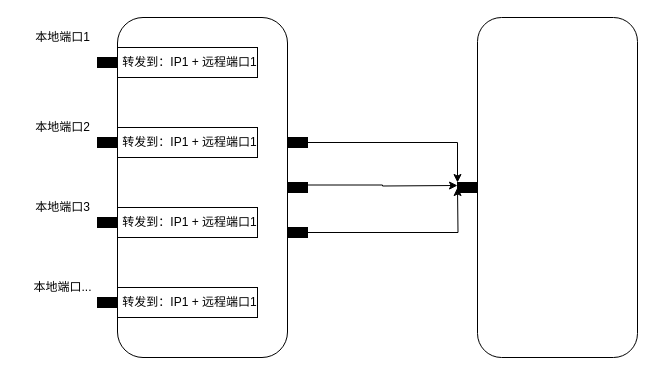
haycheng/draw.io keeps this draw.io diagram as TcpBrg.drawio. Above is the earlier version. Source tidied: cells renumbered, new cells numbered last; positions are measured from the earlier drawing's top-left corner, leaving out a move shared by most shapes. Both pictures are drawn from the tidied source at 100%, with x=0, y=0 at pixel (27, 17).
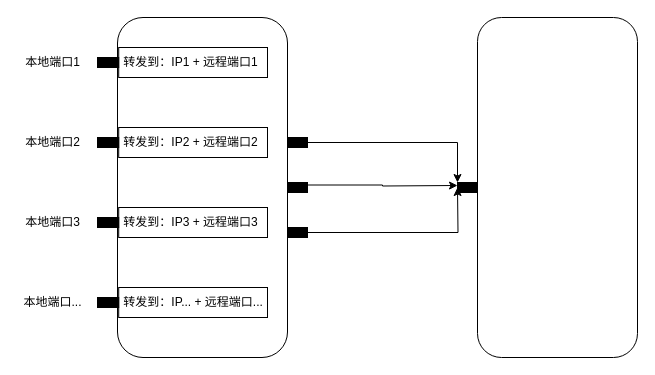
The same page after the edit.

The edit, as a diff of the source:
```diff
@@
     <mxCell id="3" style="group;" parent="1" vertex="1">
-      <mxGeometry x="70" y="30" width="160" height="30" as="geometry" />
+      <mxGeometry x="70" y="30" width="170" height="30" as="geometry" />
     </mxCell>
     <mxCell id="4" value="&amp;nbsp;转发到：IP1 + 远程端口1" style="rounded=0;whiteSpace=wrap;html=1;align=left;" parent="3" vertex="1">
-      <mxGeometry x="20" width="140" height="30" as="geometry" />
+      <mxGeometry x="21.2" width="148.8" height="30" as="geometry" />
     </mxCell>
     <mxCell id="5" style="rounded=0;whiteSpace=wrap;html=1;fillColor=#000000;" parent="3" vertex="1">
-      <mxGeometry y="10" width="20" height="10" as="geometry" />
+      <mxGeometry y="10" width="21.2" height="10" as="geometry" />
     </mxCell>
     <mxCell id="6" value="本地端口1" style="text;html=1;align=center;verticalAlign=middle;fillColor=none;strokeColor=none;rounded=0;" parent="1" vertex="1">
-      <mxGeometry y="10" width="70" height="20" as="geometry" />
+      <mxGeometry x="-10" y="35" width="70" height="20" as="geometry" />
     </mxCell>
     <mxCell id="7" style="group;" parent="1" vertex="1">
-      <mxGeometry x="70" y="190" width="160" height="30" as="geometry" />
+      <mxGeometry x="70" y="190" width="170" height="30" as="geometry" />
     </mxCell>
-    <mxCell id="8" value="&amp;nbsp;转发到：IP1 + 远程端口1" style="rounded=0;whiteSpace=wrap;html=1;align=left;" parent="7" vertex="1">
-      <mxGeometry x="20" width="140" height="30" as="geometry" />
+    <mxCell id="8" value="&amp;nbsp;转发到：IP3 + 远程端口3" style="rounded=0;whiteSpace=wrap;html=1;align=left;" parent="7" vertex="1">
+      <mxGeometry x="21.2" width="148.8" height="30" as="geometry" />
     </mxCell>
     <mxCell id="9" style="rounded=0;whiteSpace=wrap;html=1;fillColor=#000000;" parent="7" vertex="1">
-      <mxGeometry y="10" width="20" height="10" as="geometry" />
+      <mxGeometry y="10" width="21.2" height="10" as="geometry" />
     </mxCell>
     <mxCell id="10" style="group;" parent="1" vertex="1">
-      <mxGeometry x="70" y="110" width="160" height="30" as="geometry" />
+      <mxGeometry x="70" y="110" width="170" height="30" as="geometry" />
     </mxCell>
-    <mxCell id="11" value="&amp;nbsp;转发到：IP1 + 远程端口1" style="rounded=0;whiteSpace=wrap;html=1;align=left;" parent="10" vertex="1">
-      <mxGeometry x="20" width="140" height="30" as="geometry" />
+    <mxCell id="11" value="&amp;nbsp;转发到：IP2 + 远程端口2" style="rounded=0;whiteSpace=wrap;html=1;align=left;" parent="10" vertex="1">
+      <mxGeometry x="21.2" width="148.8" height="30" as="geometry" />
     </mxCell>
     <mxCell id="12" style="rounded=0;whiteSpace=wrap;html=1;fillColor=#000000;" parent="10" vertex="1">
-      <mxGeometry y="10" width="20" height="10" as="geometry" />
+      <mxGeometry y="10" width="21.2" height="10" as="geometry" />
     </mxCell>
     <mxCell id="13" style="group;" parent="1" vertex="1">
-      <mxGeometry x="70" y="270" width="160" height="30" as="geometry" />
+      <mxGeometry x="70" y="270" width="170" height="30" as="geometry" />
     </mxCell>
-    <mxCell id="14" value="&amp;nbsp;转发到：IP1 + 远程端口1" style="rounded=0;whiteSpace=wrap;html=1;align=left;" parent="13" vertex="1">
-      <mxGeometry x="20" width="140" height="30" as="geometry" />
+    <mxCell id="14" value="&amp;nbsp;转发到：IP... + 远程端口..." style="rounded=0;whiteSpace=wrap;html=1;align=left;" parent="13" vertex="1">
+      <mxGeometry x="21.2" width="148.8" height="30" as="geometry" />
     </mxCell>
     <mxCell id="15" style="rounded=0;whiteSpace=wrap;html=1;fillColor=#000000;" parent="13" vertex="1">
-      <mxGeometry y="10" width="20" height="10" as="geometry" />
+      <mxGeometry y="10" width="21.2" height="10" as="geometry" />
     </mxCell>
     <mxCell id="16" value="本地端口2" style="text;html=1;align=center;verticalAlign=middle;fillColor=none;strokeColor=none;rounded=0;" parent="1" vertex="1">
-      <mxGeometry y="100" width="70" height="20" as="geometry" />
+      <mxGeometry x="-10" y="115" width="70" height="20" as="geometry" />
     </mxCell>
     <mxCell id="17" value="本地端口3" style="text;html=1;align=center;verticalAlign=middle;fillColor=none;strokeColor=none;rounded=0;" parent="1" vertex="1">
-      <mxGeometry y="180" width="70" height="20" as="geometry" />
+      <mxGeometry x="-10" y="195" width="70" height="20" as="geometry" />
     </mxCell>
     <mxCell id="18" value="本地端口..." style="text;html=1;align=center;verticalAlign=middle;fillColor=none;strokeColor=none;rounded=0;" parent="1" vertex="1">
-      <mxGeometry y="260" width="70" height="20" as="geometry" />
+      <mxGeometry x="-10" y="275" width="70" height="20" as="geometry" />
     </mxCell>
```
